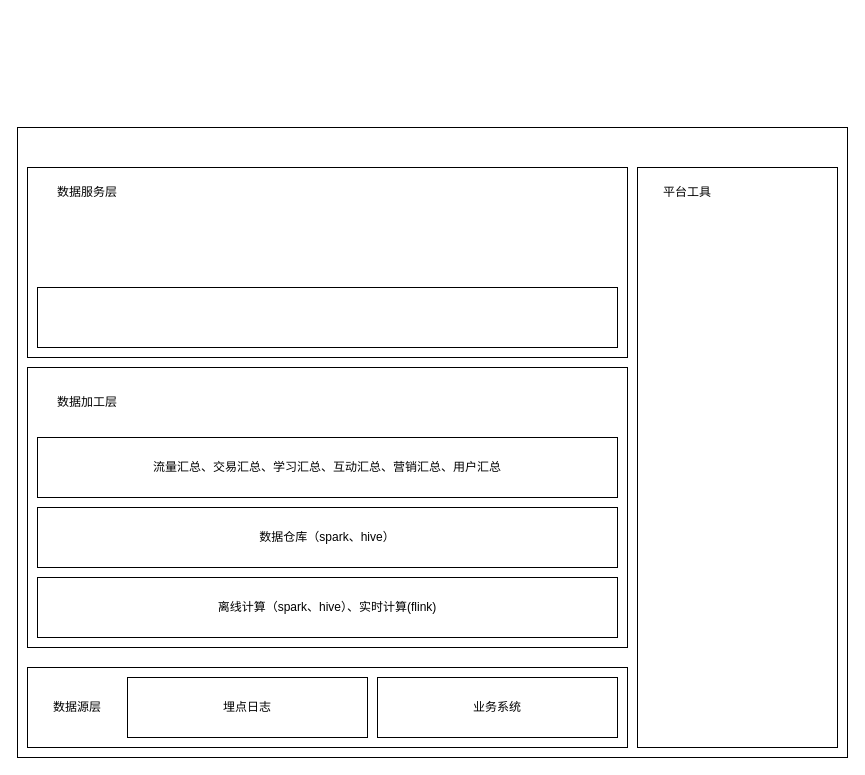
Earlier version of the draw.io diagram 数仓功能架构.drawio (Jacoulin/draw). Source tidied: cells renumbered, new cells numbered last; positions are measured from the earlier drawing's top-left corner, leaving out a move shared by most shapes. Both pictures are drawn from the tidied source at 100%, with x=0, y=0 at pixel (17, 127).
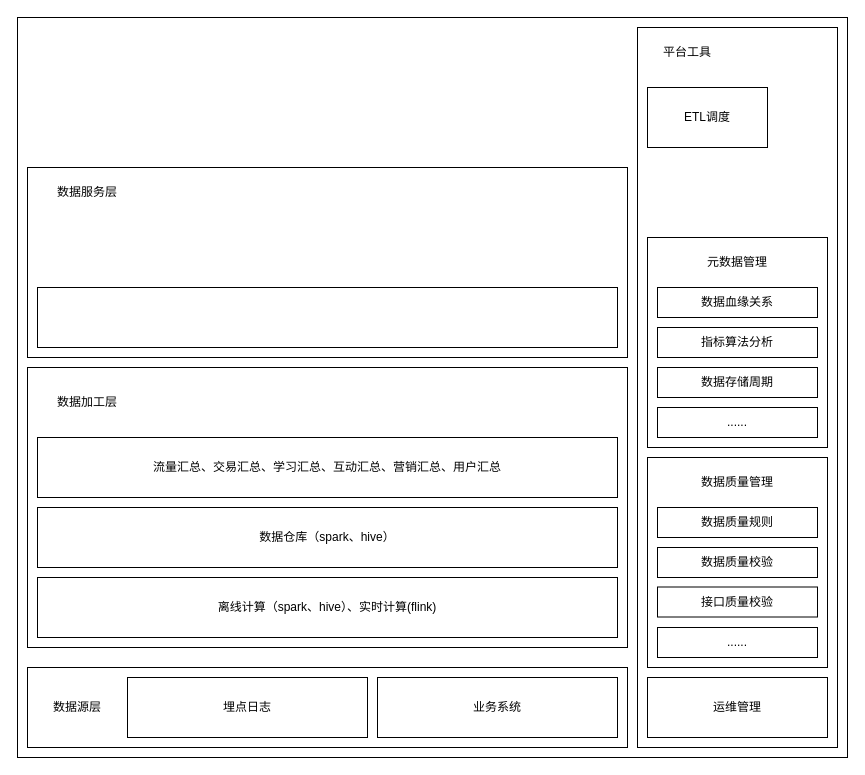
After the change.

Commit message (it also covers changes not shown here):
更新数仓功能架构.drawio

Change to the diagram source:
```diff
@@
     <mxCell id="2" style="rounded=0;whiteSpace=wrap;html=1;" parent="1" vertex="1">
-      <mxGeometry width="830" height="630" as="geometry" />
+      <mxGeometry y="-110" width="830" height="740" as="geometry" />
     </mxCell>
@@
     <mxCell id="15" style="rounded=0;whiteSpace=wrap;html=1;" parent="1" vertex="1">
-      <mxGeometry x="620" y="40" width="200" height="580" as="geometry" />
+      <mxGeometry x="620" y="-100" width="200" height="720" as="geometry" />
     </mxCell>
     <mxCell id="16" value="平台工具" style="text;html=1;strokeColor=none;fillColor=none;align=center;verticalAlign=middle;whiteSpace=wrap;rounded=0;" parent="1" vertex="1">
-      <mxGeometry x="630" y="50" width="80" height="30" as="geometry" />
+      <mxGeometry x="630" y="-90" width="80" height="30" as="geometry" />
     </mxCell>
+    <mxCell id="17" value="ETL调度" style="rounded=0;whiteSpace=wrap;html=1;" parent="1" vertex="1">
+      <mxGeometry x="630" y="-40" width="120" height="60" as="geometry" />
+    </mxCell>
+    <mxCell id="18" style="rounded=0;whiteSpace=wrap;html=1;" parent="1" vertex="1">
+      <mxGeometry x="630" y="330" width="180" height="210" as="geometry" />
+    </mxCell>
+    <mxCell id="19" value="运维管理" style="rounded=0;whiteSpace=wrap;html=1;" parent="1" vertex="1">
+      <mxGeometry x="630" y="550" width="180" height="60" as="geometry" />
+    </mxCell>
+    <mxCell id="20" value="数据质量规则" style="rounded=0;whiteSpace=wrap;html=1;" parent="1" vertex="1">
+      <mxGeometry x="640" y="380" width="160" height="30" as="geometry" />
+    </mxCell>
+    <mxCell id="21" value="接口质量校验" style="rounded=0;whiteSpace=wrap;html=1;" parent="1" vertex="1">
+      <mxGeometry x="640" y="459.5" width="160" height="30" as="geometry" />
+    </mxCell>
+    <mxCell id="22" value="数据质量校验" style="rounded=0;whiteSpace=wrap;html=1;" parent="1" vertex="1">
+      <mxGeometry x="640" y="420" width="160" height="30" as="geometry" />
+    </mxCell>
+    <mxCell id="23" value="......" style="rounded=0;whiteSpace=wrap;html=1;" parent="1" vertex="1">
+      <mxGeometry x="640" y="500" width="160" height="30" as="geometry" />
+    </mxCell>
+    <mxCell id="24" value="数据质量管理" style="text;html=1;strokeColor=none;fillColor=none;align=center;verticalAlign=middle;whiteSpace=wrap;rounded=0;" parent="1" vertex="1">
+      <mxGeometry x="640" y="340" width="160" height="30" as="geometry" />
+    </mxCell>
+    <mxCell id="25" style="rounded=0;whiteSpace=wrap;html=1;" parent="1" vertex="1">
+      <mxGeometry x="630" y="110" width="180" height="210" as="geometry" />
+    </mxCell>
+    <mxCell id="26" value="......" style="rounded=0;whiteSpace=wrap;html=1;" parent="1" vertex="1">
+      <mxGeometry x="640" y="280" width="160" height="30" as="geometry" />
+    </mxCell>
+    <mxCell id="27" value="数据存储周期" style="rounded=0;whiteSpace=wrap;html=1;" parent="1" vertex="1">
+      <mxGeometry x="640" y="240" width="160" height="30" as="geometry" />
+    </mxCell>
+    <mxCell id="28" value="指标算法分析" style="rounded=0;whiteSpace=wrap;html=1;" parent="1" vertex="1">
+      <mxGeometry x="640" y="200" width="160" height="30" as="geometry" />
+    </mxCell>
+    <mxCell id="29" value="数据血缘关系" style="rounded=0;whiteSpace=wrap;html=1;" parent="1" vertex="1">
+      <mxGeometry x="640" y="160" width="160" height="30" as="geometry" />
+    </mxCell>
+    <mxCell id="30" value="元数据管理" style="text;html=1;strokeColor=none;fillColor=none;align=center;verticalAlign=middle;whiteSpace=wrap;rounded=0;" parent="1" vertex="1">
+      <mxGeometry x="640" y="120" width="160" height="30" as="geometry" />
+    </mxCell>
```
